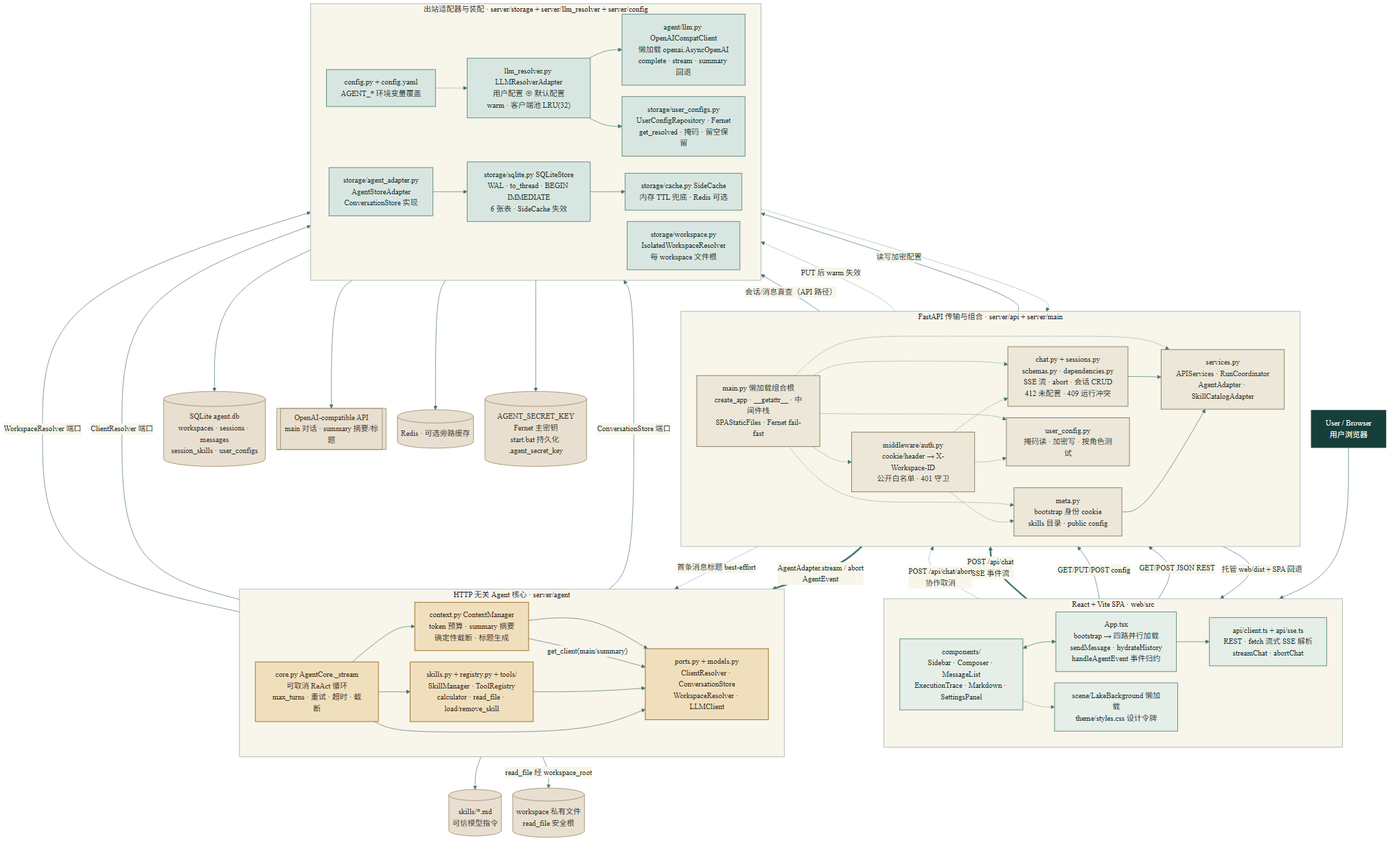
Before: docs/architecture.png, a diagram exported from Mermaid (QQYmake/wenqv). Its source is kept beside it as docs/architecture.mmd.
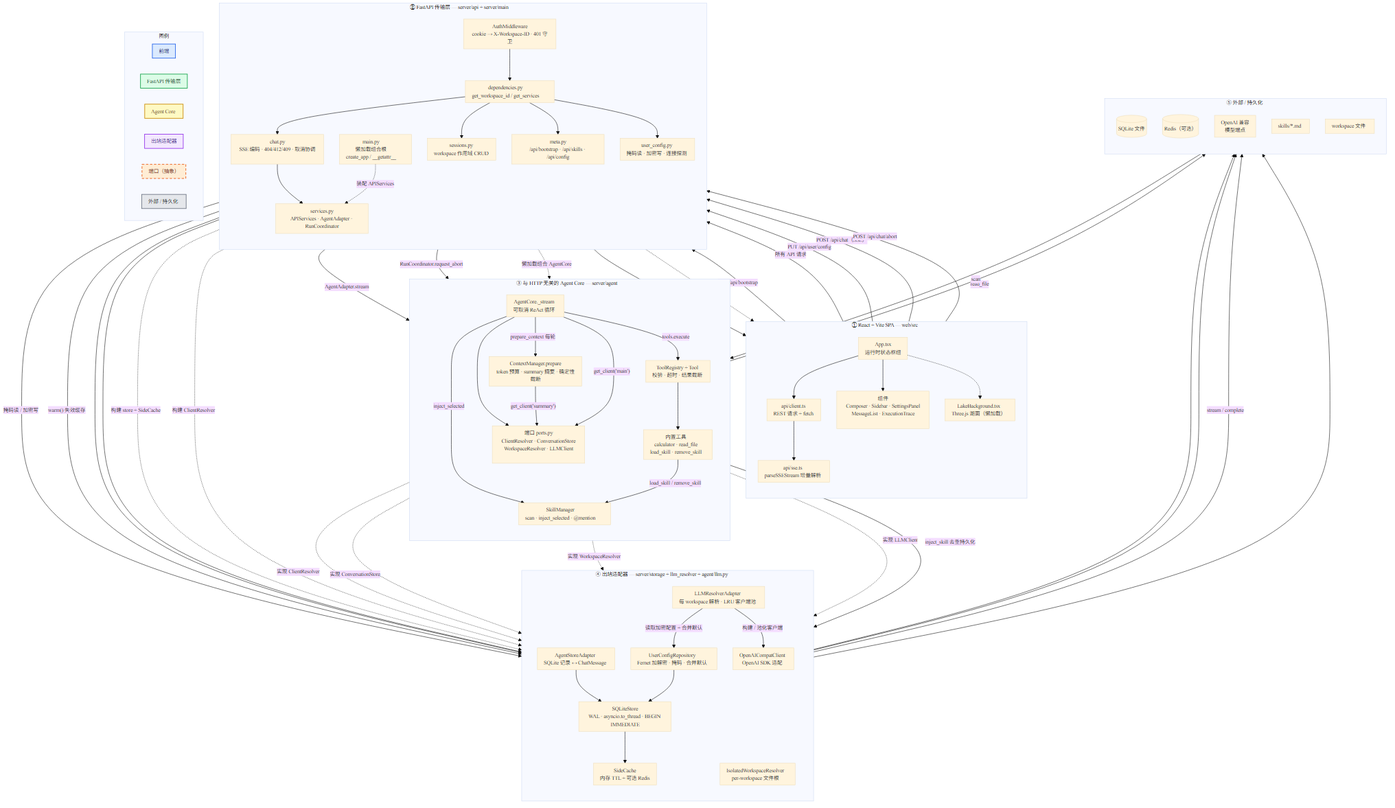
Later version of the same file.

Commit message:
docs(deploy): refresh architecture docs, drop legacy files, add deploy configs

Change to the diagram source:
```diff
@@ -1,112 +1,124 @@
-%%{init: {"theme": "base", "themeVariables": {"fontFamily": "LXGW WenKai Lite, LXGW WenKai, serif", "background": "#f5f1e5", "primaryColor": "#e6eee8", "primaryTextColor": "#173330", "primaryBorderColor": "#648f85", "lineColor": "#47766f", "secondaryColor": "#f0dfbd", "tertiaryColor": "#d8e6e1", "clusterBkg": "#f8f5ea", "clusterBorder": "#8ca89f", "edgeLabelBackground": "#f8f5ea"}, "flowchart": {"curve": "basis", "nodeSpacing": 24, "rankSpacing": 42}}}%%
-flowchart TB
-  USER["User / Browser<br/>用户浏览器"]
+%%{init: {"theme": "base", "themeVariables": {"fontSize": "13px", "fontFamily": "Segoe UI, Microsoft YaHei, sans-serif"}, "flowchart": {"nodeSpacing": 40, "rankSpacing": 55, "curve": "basis", "padding": 8}}}%%
+flowchart TD
+    classDef client fill:#dbeafe,stroke:#2563eb,stroke-width:1.5px,color:#1e3a8a
+    classDef api fill:#dcfce7,stroke:#16a34a,stroke-width:1.5px,color:#14532d
+    classDef core fill:#fef9c3,stroke:#ca8a04,stroke-width:1.5px,color:#713f12
+    classDef adapter fill:#f3e8ff,stroke:#9333ea,stroke-width:1.5px,color:#4c1d95
+    classDef port fill:#ffedd5,stroke:#ea580c,stroke-width:1.5px,color:#7c2d12,stroke-dasharray:6 4
+    classDef ext fill:#e5e7eb,stroke:#6b7280,stroke-width:1.5px,color:#111827
 
-  subgraph WEB["React + Vite SPA · web/src"]
-    direction LR
-    APP["App.tsx<br/>bootstrap → 四路并行加载<br/>sendMessage · hydrateHistory<br/>handleAgentEvent 事件归约"]
-    VIEW["components/<br/>Sidebar · Composer · MessageList<br/>ExecutionTrace · Markdown · SettingsPanel"]
-    CLIENT["api/client.ts + api/sse.ts<br/>REST · fetch 流式 SSE 解析<br/>streamChat · abortChat"]
-    SCENE["scene/LakeBackground 懒加载<br/>theme/styles.css 设计令牌"]
+    subgraph CLIENT["① React + Vite SPA — web/src"]
+        direction TB
+        App["App.tsx<br/>运行时状态枢纽"]
+        UI["组件<br/>Composer · Sidebar · SettingsPanel<br/>MessageList · ExecutionTrace"]
+        APICLIENT["api/client.ts<br/>REST 请求 + fetch"]
+        SSE["api/sse.ts<br/>parseSSEStream 增量解析"]
+        LAKE["LakeBackground.tsx<br/>Three.js 湖面（懒加载）"]
+    end
 
-    VIEW <--> APP
-    APP --> CLIENT
-    VIEW -.-> SCENE
-  end
+    subgraph API["② FastAPI 传输层 — server/api + server/main"]
+        direction TB
+        MAIN["main.py<br/>懒加载组合根<br/>create_app / __getattr__"]
+        AUTH["AuthMiddleware<br/>cookie → X-Workspace-ID · 401 守卫"]
+        DEPS["dependencies.py<br/>get_workspace_id / get_services"]
+        CHAT["chat.py<br/>SSE 编码 · 404/412/409 · 取消协调"]
+        SESSIONS["sessions.py<br/>workspace 作用域 CRUD"]
+        META["meta.py<br/>/api/bootstrap · /api/skills · /api/config"]
+        UCFG["user_config.py<br/>掩码读 · 加密写 · 连接探测"]
+        SVC["services.py<br/>APIServices · AgentAdapter · RunCoordinator"]
+    end
 
-  subgraph API["FastAPI 传输与组合 · server/api + server/main"]
-    direction LR
-    ROOT["main.py 懒加载组合根<br/>create_app · __getattr__ · 中间件栈<br/>SPAStaticFiles · Fernet fail-fast"]
-    AUTH["middleware/auth.py<br/>cookie/header → X-Workspace-ID<br/>公开白名单 · 401 守卫"]
-    ROUTES["chat.py + sessions.py<br/>schemas.py · dependencies.py<br/>SSE 流 · abort · 会话 CRUD<br/>412 未配置 · 409 运行冲突"]
-    META["meta.py<br/>bootstrap 身份 cookie<br/>skills 目录 · public config"]
-    UCONFIG["user_config.py<br/>掩码读 · 加密写 · 按角色测试"]
-    SERVICES["services.py<br/>APIServices · RunCoordinator<br/>AgentAdapter · SkillCatalogAdapter"]
+    subgraph CORE["③ 与 HTTP 无关的 Agent Core — server/agent"]
+        direction TB
+        ACORE["AgentCore._stream<br/>可取消 ReAct 循环"]
+        CTX["ContextManager.prepare<br/>token 预算 · summary 摘要 · 确定性截断"]
+        SKILL["SkillManager<br/>scan · inject_selected · @mention"]
+        REG["ToolRegistry + Tool<br/>校验 · 超时 · 结果截断"]
+        TOOLS["内置工具<br/>calculator · read_file<br/>load_skill · remove_skill"]
+        PORTS["端口 ports.py<br/>ClientResolver · ConversationStore<br/>WorkspaceResolver · LLMClient"]
+    end
 
-    ROOT -.-> AUTH
-    ROOT -.-> ROUTES
-    ROOT -.-> META
-    ROOT -.-> UCONFIG
-    ROOT -.-> SERVICES
-    AUTH -.-> ROUTES
-    AUTH -.-> META
-    AUTH -.-> UCONFIG
-    ROUTES --> SERVICES
-    META --> SERVICES
-  end
+    subgraph ADAPT["④ 出站适配器 — server/storage + llm_resolver + agent/llm.py"]
+        direction TB
+        SADAPTER["AgentStoreAdapter<br/>SQLite 记录 ↔ ChatMessage"]
+        SQLITE["SQLiteStore<br/>WAL · asyncio.to_thread · BEGIN IMMEDIATE"]
+        SCACHE["SideCache<br/>内存 TTL + 可选 Redis"]
+        UREPO["UserConfigRepository<br/>Fernet 加解密 · 掩码 · 合并默认"]
+        RESOLVER["LLMResolverAdapter<br/>每 workspace 解析 · LRU 客户端池"]
+        OAI["OpenAICompatClient<br/>OpenAI SDK 适配"]
+        WRES["IsolatedWorkspaceResolver<br/>per-workspace 文件根"]
+    end
 
-  subgraph CORE["HTTP 无关 Agent 核心 · server/agent"]
-    direction LR
-    LOOP["core.py AgentCore._stream<br/>可取消 ReAct 循环<br/>max_turns · 重试 · 超时 · 截断"]
-    CTX["context.py ContextManager<br/>token 预算 · summary 摘要<br/>确定性截断 · 标题生成"]
-    SKILLS["skills.py + registry.py + tools/<br/>SkillManager · ToolRegistry<br/>calculator · read_file · load/remove_skill"]
-    PORTS["ports.py + models.py<br/>ClientResolver · ConversationStore<br/>WorkspaceResolver · LLMClient"]
+    subgraph EXT["⑤ 外部 / 持久化"]
+        direction TB
+        DB[("SQLite 文件")]
+        REDIS[("Redis（可选）")]
+        REMOTE["OpenAI 兼容<br/>模型端点"]
+        SKILLFILES["skills/*.md"]
+        WFILES["workspace 文件"]
+    end
 
-    LOOP --> CTX
-    LOOP --> SKILLS
-    LOOP --> PORTS
-    CTX --> PORTS
-    SKILLS --> PORTS
-  end
+    App --> APICLIENT
+    APICLIENT --> SSE
+    App --> UI
+    App -.-> LAKE
 
-  subgraph INFRA["出站适配器与装配 · server/storage + server/llm_resolver + server/config"]
-    direction LR
-    RESOLVER["llm_resolver.py LLMResolverAdapter<br/>用户配置 ⊕ 默认配置<br/>warm · 客户端池 LRU(32)"]
-    LLMCLIENT["agent/llm.py OpenAICompatClient<br/>懒加载 openai.AsyncOpenAI<br/>complete · stream · summary 回退"]
-    REPO["storage/user_configs.py<br/>UserConfigRepository · Fernet<br/>get_resolved · 掩码 · 留空保留"]
-    ADAPTER["storage/agent_adapter.py<br/>AgentStoreAdapter<br/>ConversationStore 实现"]
-    STORE["storage/sqlite.py SQLiteStore<br/>WAL · to_thread · BEGIN IMMEDIATE<br/>6 张表 · SideCache 失效"]
-    CACHE["storage/cache.py SideCache<br/>内存 TTL 兜底 · Redis 可选"]
-    WS["storage/workspace.py<br/>IsolatedWorkspaceResolver<br/>每 workspace 文件根"]
-    CFG["config.py + config.yaml<br/>AGENT_* 环境变量覆盖"]
+    APICLIENT -->|"GET /api/bootstrap"| META
+    META -->|"Set-Cookie workspace_id"| APICLIENT
+    APICLIENT -->|"所有 API 请求"| AUTH
+    AUTH --> DEPS
+    DEPS --> CHAT & SESSIONS & META & UCFG
+    APICLIENT -->|"PUT /api/user/config"| UCFG
+    UCFG -->|"掩码读 / 加密写"| UREPO
+    UCFG -->|"warm() 失效缓存"| RESOLVER
 
-    RESOLVER --> LLMCLIENT
-    RESOLVER --> REPO
-    ADAPTER --> STORE
-    STORE --> CACHE
-    CFG -.-> ROOT
-    CFG -.-> RESOLVER
-  end
+    APICLIENT -->|"POST /api/chat（SSE）"| CHAT
+    CHAT --> SVC
+    SVC -->|"AgentAdapter.stream"| ACORE
+    CHAT -.->|"类型化 SSE 帧回流"| APICLIENT
+    APICLIENT -->|"POST /api/chat/abort"| CHAT
+    SVC -->|"RunCoordinator.request_abort"| ACORE
 
-  DB[("SQLite agent.db<br/>workspaces · sessions · messages<br/>session_skills · user_configs")]
-  REMOTE[["OpenAI-compatible API<br/>main 对话 · summary 摘要/标题"]]
-  REDIS[("Redis · 可选旁路缓存")]
-  SKILLFILES[("skills/*.md<br/>可信模型指令")]
-  WORKSPACEFILES[("workspace 私有文件<br/>read_file 安全根")]
-  SECRET[("AGENT_SECRET_KEY<br/>Fernet 主密钥<br/>start.bat 持久化 .agent_secret_key")]
+    ACORE -->|"prepare_context 每轮"| CTX
+    ACORE -->|"inject_selected"| SKILL
+    ACORE -->|"tools.execute"| REG
+    REG --> TOOLS
+    ACORE --> PORTS
+    CTX -->|"get_client('summary')"| PORTS
+    ACORE -->|"get_client('main')"| PORTS
+    TOOLS -->|"load_skill / remove_skill"| SKILL
+    TOOLS -->|"read_file"| WFILES
+    SKILLFILES -->|"scan"| SKILL
 
-  USER --> APP
-  CLIENT -->|"GET/POST JSON REST"| META
-  CLIENT -->|"GET/PUT/POST config"| UCONFIG
-  CLIENT ==>|"POST /api/chat<br/>SSE 事件流"| ROUTES
-  CLIENT -.->|"POST /api/chat/abort<br/>协作取消"| ROUTES
-  UCONFIG -->|"读写加密配置"| REPO
-  UCONFIG -.->|"PUT 后 warm 失效"| RESOLVER
-  SERVICES ==>|"AgentAdapter.stream / abort<br/>AgentEvent"| LOOP
-  ROUTES -.->|"首条消息标题 best-effort"| CTX
-  SERVICES -->|"会话/消息直查（API 路径）"| STORE
-  PORTS -->|"ConversationStore 端口"| ADAPTER
-  PORTS -->|"ClientResolver 端口"| RESOLVER
-  PORTS -->|"WorkspaceResolver 端口"| WS
-  CTX -->|"get_client(main/summary)"| PORTS
-  SKILLS --> SKILLFILES
-  SKILLS -->|"read_file 经 workspace_root"| WORKSPACEFILES
-  LLMCLIENT --> REMOTE
-  REPO --> SECRET
-  STORE --> DB
-  CACHE --> REDIS
-  ROOT -->|"托管 web/dist + SPA 回退"| CLIENT
+    PORTS -.->|"实现 ClientResolver"| RESOLVER
+    PORTS -.->|"实现 ConversationStore"| SADAPTER
+    PORTS -.->|"实现 WorkspaceResolver"| WRES
+    PORTS -.->|"实现 LLMClient"| OAI
 
-  classDef actor fill:#173f3a,stroke:#173f3a,color:#ffffff,stroke-width:2px;
-  classDef browser fill:#e6eee8,stroke:#648f85,color:#173330,stroke-width:1.4px;
-  classDef application fill:#ece7d9,stroke:#8c8063,color:#2e342f,stroke-width:1.4px;
-  classDef core fill:#f0dfbd,stroke:#a57832,color:#3a2b18,stroke-width:1.5px;
-  classDef infrastructure fill:#d8e6e1,stroke:#638c83,color:#173330,stroke-width:1.4px;
-  classDef resource fill:#e8dfd0,stroke:#9a8a6a,color:#3a3428,stroke-width:1.2px;
+    SADAPTER --> SQLITE
+    SKILL -->|"inject_skill 去重持久化"| SADAPTER
+    SQLITE --> DB
+    SQLITE --> SCACHE
+    SCACHE --> REDIS
+    SESSIONS --> SQLITE
+    CHAT --> SQLITE
+    UREPO --> SQLITE
 
-  class USER actor;
-  class APP,VIEW,CLIENT,SCENE browser;
-  class ROOT,AUTH,ROUTES,META,UCONFIG,SERVICES application;
-  class LOOP,CTX,SKILLS,PORTS core;
-  class RESOLVER,LLMCLIENT,REPO,ADAPTER,STORE,CACHE,WS,CFG infrastructure;
-  class DB,REMOTE,REDIS,SKILLFILES,WORKSPACEFILES,SECRET resource;
+    RESOLVER -->|"读取加密配置 + 合并默认"| UREPO
+    RESOLVER -->|"构建 / 池化客户端"| OAI
+    OAI -->|"stream / complete"| REMOTE
+    WRES --> WFILES
+
+    MAIN -.->|"装配 APIServices"| SVC
+    MAIN -.->|"构建 store + SideCache"| SQLITE
+    MAIN -.->|"构建 ClientResolver"| RESOLVER
+    MAIN -.->|"懒加载组合 AgentCore"| ACORE
+
+    subgraph LEGEND["图例"]
+        L1["前端"]:::client
+        L2["FastAPI 传输层"]:::api
+        L3["Agent Core"]:::core
+        L4["出站适配器"]:::adapter
+        L5["端口（抽象）"]:::port
+        L6["外部 / 持久化"]:::ext
+    end
```
